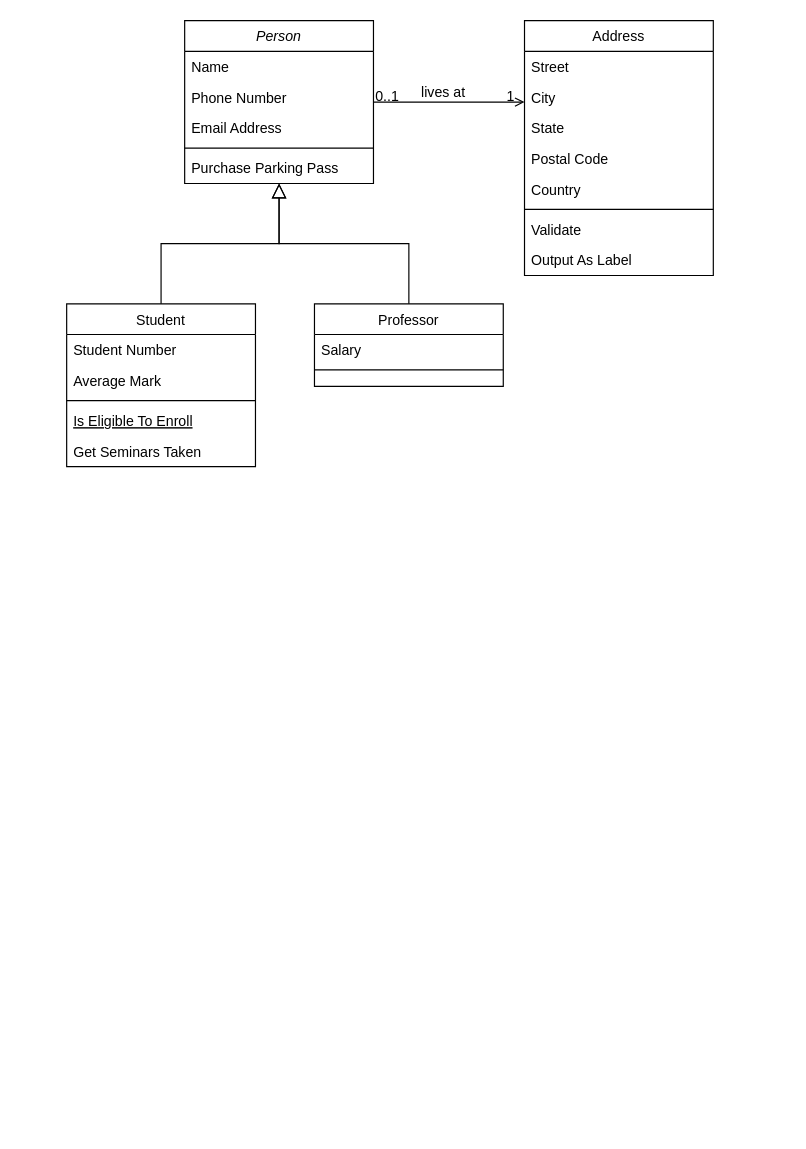
Before: diagramme de classe.drawio in mariannemnrt/ProjetReservationBilletJO, a draw.io diagram. Source tidied: cells renumbered, new cells numbered last; positions are measured from the earlier drawing's top-left corner, leaving out a move shared by most shapes. Both pictures are drawn from the tidied source at 118%, with x=0, y=0 at pixel (66, 20).
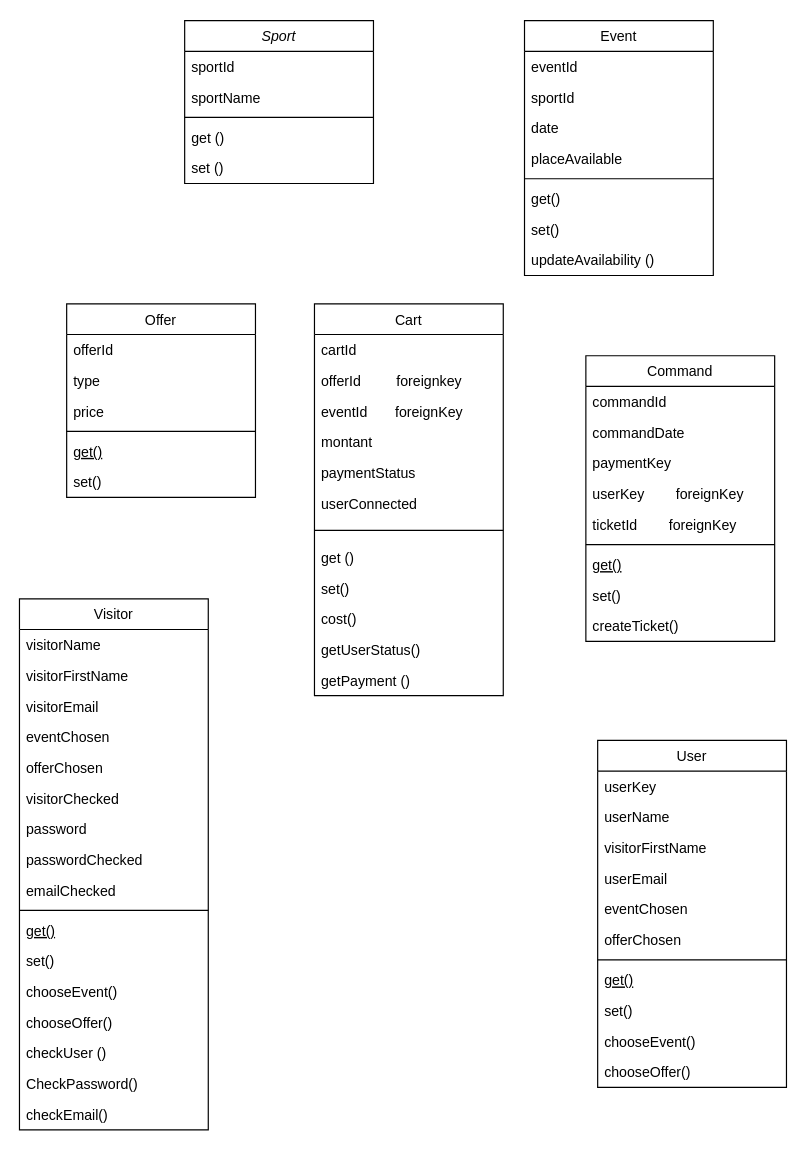
The same page after the edit.

Commit message:
Mettre à jour diagramme de classe.drawio

Diff of the diagram source:
```diff
@@
-    <mxCell id="2" value="Person" style="swimlane;fontStyle=2;align=center;verticalAlign=top;horizontal=1;startSize=26;rounded=0;shadow=0;strokeWidth=1;" parent="1" vertex="1">
+    <mxCell id="2" value="Sport" style="swimlane;fontStyle=2;align=center;verticalAlign=top;horizontal=1;startSize=26;rounded=0;shadow=0;strokeWidth=1;" parent="1" vertex="1">
       <mxGeometry x="100" width="160" height="138" as="geometry" />
     </mxCell>
-    <mxCell id="3" value="Name" style="text;align=left;verticalAlign=top;spacingLeft=4;spacingRight=4;overflow=hidden;" parent="2" vertex="1">
+    <mxCell id="3" value="sportId" style="text;align=left;verticalAlign=top;spacingLeft=4;spacingRight=4;overflow=hidden;" parent="2" vertex="1">
       <mxGeometry y="26" width="160" height="26" as="geometry" />
     </mxCell>
-    <mxCell id="4" value="Phone Number" style="text;align=left;verticalAlign=top;spacingLeft=4;spacingRight=4;overflow=hidden;rounded=0;shadow=0;html=0;" parent="2" vertex="1">
+    <mxCell id="4" value="sportName" style="text;align=left;verticalAlign=top;spacingLeft=4;spacingRight=4;overflow=hidden;rounded=0;shadow=0;html=0;" parent="2" vertex="1">
       <mxGeometry y="52" width="160" height="26" as="geometry" />
     </mxCell>
-    <mxCell id="5" value="Email Address" style="text;align=left;verticalAlign=top;spacingLeft=4;spacingRight=4;overflow=hidden;rounded=0;shadow=0;html=0;" parent="2" vertex="1">
-      <mxGeometry y="78" width="160" height="26" as="geometry" />
-    </mxCell>
     <mxCell id="6" style="line;html=1;strokeWidth=1;align=left;verticalAlign=middle;spacingTop=-1;spacingLeft=3;spacingRight=3;labelPosition=right;" parent="2" vertex="1">
-      <mxGeometry y="104" width="160" height="8" as="geometry" />
+      <mxGeometry y="78" width="160" height="8" as="geometry" />
     </mxCell>
-    <mxCell id="7" value="Purchase Parking Pass" style="text;align=left;verticalAlign=top;spacingLeft=4;spacingRight=4;overflow=hidden;" parent="2" vertex="1">
-      <mxGeometry y="112" width="160" height="26" as="geometry" />
+    <mxCell id="7" value="get ()&#10;" style="text;align=left;verticalAlign=top;spacingLeft=4;spacingRight=4;overflow=hidden;" parent="2" vertex="1">
+      <mxGeometry y="86" width="160" height="26" as="geometry" />
     </mxCell>
+    <mxCell id="32" value="set ()" style="text;align=left;verticalAlign=top;spacingLeft=4;spacingRight=4;overflow=hidden;" parent="2" vertex="1">
+      <mxGeometry y="112" width="160" height="26" as="geometry" />
+    </mxCell>
-    <mxCell id="8" value="Student" style="swimlane;fontStyle=0;align=center;verticalAlign=top;horizontal=1;startSize=26;rounded=0;shadow=0;strokeWidth=1;" parent="1" vertex="1">
-      <mxGeometry y="240" width="160" height="138" as="geometry" />
+    <mxCell id="8" value="Offer" style="swimlane;fontStyle=0;align=center;verticalAlign=top;horizontal=1;startSize=26;rounded=0;shadow=0;strokeWidth=1;" parent="1" vertex="1">
+      <mxGeometry y="240" width="160" height="164" as="geometry" />
     </mxCell>
-    <mxCell id="9" value="Student Number" style="text;align=left;verticalAlign=top;spacingLeft=4;spacingRight=4;overflow=hidden;" parent="8" vertex="1">
+    <mxCell id="9" value="offerId" style="text;align=left;verticalAlign=top;spacingLeft=4;spacingRight=4;overflow=hidden;" parent="8" vertex="1">
       <mxGeometry y="26" width="160" height="26" as="geometry" />
     </mxCell>
-    <mxCell id="10" value="Average Mark" style="text;align=left;verticalAlign=top;spacingLeft=4;spacingRight=4;overflow=hidden;rounded=0;shadow=0;html=0;" parent="8" vertex="1">
+    <mxCell id="10" value="type " style="text;align=left;verticalAlign=top;spacingLeft=4;spacingRight=4;overflow=hidden;rounded=0;shadow=0;html=0;" parent="8" vertex="1">
       <mxGeometry y="52" width="160" height="26" as="geometry" />
     </mxCell>
+    <mxCell id="33" value="price " style="text;align=left;verticalAlign=top;spacingLeft=4;spacingRight=4;overflow=hidden;" parent="8" vertex="1">
+      <mxGeometry y="78" width="160" height="26" as="geometry" />
+    </mxCell>
     <mxCell id="11" style="line;html=1;strokeWidth=1;align=left;verticalAlign=middle;spacingTop=-1;spacingLeft=3;spacingRight=3;labelPosition=right;" parent="8" vertex="1">
-      <mxGeometry y="78" width="160" height="8" as="geometry" />
+      <mxGeometry y="104" width="160" height="8" as="geometry" />
     </mxCell>
-    <mxCell id="12" value="Is Eligible To Enroll" style="text;align=left;verticalAlign=top;spacingLeft=4;spacingRight=4;overflow=hidden;fontStyle=4;" parent="8" vertex="1">
-      <mxGeometry y="86" width="160" height="26" as="geometry" />
+    <mxCell id="12" value="get()" style="text;align=left;verticalAlign=top;spacingLeft=4;spacingRight=4;overflow=hidden;fontStyle=4;" parent="8" vertex="1">
+      <mxGeometry y="112" width="160" height="26" as="geometry" />
     </mxCell>
-    <mxCell id="13" value="Get Seminars Taken" style="text;align=left;verticalAlign=top;spacingLeft=4;spacingRight=4;overflow=hidden;" parent="8" vertex="1">
-      <mxGeometry y="112" width="160" height="26" as="geometry" />
+    <mxCell id="13" value="set()" style="text;align=left;verticalAlign=top;spacingLeft=4;spacingRight=4;overflow=hidden;" parent="8" vertex="1">
+      <mxGeometry y="138" width="160" height="26" as="geometry" />
     </mxCell>
-    <mxCell id="14" style="endArrow=block;endSize=10;endFill=0;shadow=0;strokeWidth=1;rounded=0;curved=0;edgeStyle=elbowEdgeStyle;elbow=vertical;" parent="1" edge="1" source="8" target="2">
-      <mxGeometry relative="1" as="geometry" />
-    </mxCell>
-    <mxCell id="15" value="Professor" style="swimlane;fontStyle=0;align=center;verticalAlign=top;horizontal=1;startSize=26;rounded=0;shadow=0;strokeWidth=1;" parent="1" vertex="1">
-      <mxGeometry x="210" y="240" width="160" height="70" as="geometry" />
+    <mxCell id="15" value="Cart" style="swimlane;fontStyle=0;align=center;verticalAlign=top;horizontal=1;startSize=26;rounded=0;shadow=0;strokeWidth=1;" parent="1" vertex="1">
+      <mxGeometry x="210" y="240" width="160" height="332" as="geometry" />
     </mxCell>
-    <mxCell id="16" value="Salary" style="text;align=left;verticalAlign=top;spacingLeft=4;spacingRight=4;overflow=hidden;" parent="15" vertex="1">
+    <mxCell id="16" value="cartId" style="text;align=left;verticalAlign=top;spacingLeft=4;spacingRight=4;overflow=hidden;" parent="15" vertex="1">
       <mxGeometry y="26" width="160" height="26" as="geometry" />
     </mxCell>
+    <mxCell id="34" value="offerId         foreignkey" style="text;align=left;verticalAlign=top;spacingLeft=4;spacingRight=4;overflow=hidden;" parent="15" vertex="1">
+      <mxGeometry y="52" width="160" height="26" as="geometry" />
+    </mxCell>
+    <mxCell id="35" value="eventId       foreignKey" style="text;align=left;verticalAlign=top;spacingLeft=4;spacingRight=4;overflow=hidden;" parent="15" vertex="1">
+      <mxGeometry y="78" width="160" height="26" as="geometry" />
+    </mxCell>
+    <mxCell id="36" value="montant" style="text;align=left;verticalAlign=top;spacingLeft=4;spacingRight=4;overflow=hidden;" parent="15" vertex="1">
+      <mxGeometry y="104" width="160" height="26" as="geometry" />
+    </mxCell>
+    <mxCell id="37" value="paymentStatus " style="text;align=left;verticalAlign=top;spacingLeft=4;spacingRight=4;overflow=hidden;" parent="15" vertex="1">
+      <mxGeometry y="130" width="160" height="26" as="geometry" />
+    </mxCell>
+    <mxCell id="38" value="userConnected" style="text;align=left;verticalAlign=top;spacingLeft=4;spacingRight=4;overflow=hidden;" parent="15" vertex="1">
+      <mxGeometry y="156" width="160" height="26" as="geometry" />
+    </mxCell>
     <mxCell id="17" style="line;html=1;strokeWidth=1;align=left;verticalAlign=middle;spacingTop=-1;spacingLeft=3;spacingRight=3;labelPosition=right;" parent="15" vertex="1">
-      <mxGeometry y="52" width="160" height="8" as="geometry" />
+      <mxGeometry y="182" width="160" height="20" as="geometry" />
     </mxCell>
-    <mxCell id="18" style="endArrow=block;endSize=10;endFill=0;shadow=0;strokeWidth=1;rounded=0;curved=0;edgeStyle=elbowEdgeStyle;elbow=vertical;" parent="1" edge="1" source="15" target="2">
-      <mxGeometry relative="1" as="geometry" />
-    </mxCell>
+    <mxCell id="39" value="get ()" style="text;align=left;verticalAlign=top;spacingLeft=4;spacingRight=4;overflow=hidden;" parent="15" vertex="1">
+      <mxGeometry y="202" width="160" height="26" as="geometry" />
+    </mxCell>
+    <mxCell id="40" value="set()" style="text;align=left;verticalAlign=top;spacingLeft=4;spacingRight=4;overflow=hidden;" parent="15" vertex="1">
+      <mxGeometry y="228" width="160" height="26" as="geometry" />
+    </mxCell>
+    <mxCell id="41" value="cost()" style="text;align=left;verticalAlign=top;spacingLeft=4;spacingRight=4;overflow=hidden;" parent="15" vertex="1">
+      <mxGeometry y="254" width="160" height="26" as="geometry" />
+    </mxCell>
+    <mxCell id="42" value="getUserStatus()" style="text;align=left;verticalAlign=top;spacingLeft=4;spacingRight=4;overflow=hidden;" parent="15" vertex="1">
+      <mxGeometry y="280" width="160" height="26" as="geometry" />
+    </mxCell>
+    <mxCell id="43" value="getPayment ()" style="text;align=left;verticalAlign=top;spacingLeft=4;spacingRight=4;overflow=hidden;" parent="15" vertex="1">
+      <mxGeometry y="306" width="160" height="26" as="geometry" />
+    </mxCell>
-    <mxCell id="19" value="Address" style="swimlane;fontStyle=0;align=center;verticalAlign=top;horizontal=1;startSize=26;rounded=0;shadow=0;strokeWidth=1;" parent="1" vertex="1">
+    <mxCell id="19" value="Event " style="swimlane;fontStyle=0;align=center;verticalAlign=top;horizontal=1;startSize=26;rounded=0;shadow=0;strokeWidth=1;" parent="1" vertex="1">
       <mxGeometry x="388" width="160" height="216" as="geometry" />
     </mxCell>
-    <mxCell id="20" value="Street" style="text;align=left;verticalAlign=top;spacingLeft=4;spacingRight=4;overflow=hidden;" parent="19" vertex="1">
+    <mxCell id="20" value="eventId" style="text;align=left;verticalAlign=top;spacingLeft=4;spacingRight=4;overflow=hidden;" parent="19" vertex="1">
       <mxGeometry y="26" width="160" height="26" as="geometry" />
     </mxCell>
-    <mxCell id="21" value="City" style="text;align=left;verticalAlign=top;spacingLeft=4;spacingRight=4;overflow=hidden;rounded=0;shadow=0;html=0;" parent="19" vertex="1">
+    <mxCell id="21" value="sportId" style="text;align=left;verticalAlign=top;spacingLeft=4;spacingRight=4;overflow=hidden;rounded=0;shadow=0;html=0;" parent="19" vertex="1">
       <mxGeometry y="52" width="160" height="26" as="geometry" />
     </mxCell>
-    <mxCell id="22" value="State" style="text;align=left;verticalAlign=top;spacingLeft=4;spacingRight=4;overflow=hidden;rounded=0;shadow=0;html=0;" parent="19" vertex="1">
+    <mxCell id="22" value="date" style="text;align=left;verticalAlign=top;spacingLeft=4;spacingRight=4;overflow=hidden;rounded=0;shadow=0;html=0;" parent="19" vertex="1">
       <mxGeometry y="78" width="160" height="26" as="geometry" />
     </mxCell>
-    <mxCell id="23" value="Postal Code" style="text;align=left;verticalAlign=top;spacingLeft=4;spacingRight=4;overflow=hidden;rounded=0;shadow=0;html=0;" parent="19" vertex="1">
+    <mxCell id="23" value="placeAvailable" style="text;align=left;verticalAlign=top;spacingLeft=4;spacingRight=4;overflow=hidden;rounded=0;shadow=0;html=0;" parent="19" vertex="1">
       <mxGeometry y="104" width="160" height="26" as="geometry" />
     </mxCell>
-    <mxCell id="24" value="Country" style="text;align=left;verticalAlign=top;spacingLeft=4;spacingRight=4;overflow=hidden;rounded=0;shadow=0;html=0;" parent="19" vertex="1">
-      <mxGeometry y="130" width="160" height="26" as="geometry" />
-    </mxCell>
     <mxCell id="25" style="line;html=1;strokeWidth=1;align=left;verticalAlign=middle;spacingTop=-1;spacingLeft=3;spacingRight=3;labelPosition=right;" parent="19" vertex="1">
-      <mxGeometry y="156" width="160" height="8" as="geometry" />
+      <mxGeometry y="130" width="160" height="8" as="geometry" />
     </mxCell>
-    <mxCell id="26" value="Validate" style="text;align=left;verticalAlign=top;spacingLeft=4;spacingRight=4;overflow=hidden;" parent="19" vertex="1">
-      <mxGeometry y="164" width="160" height="26" as="geometry" />
+    <mxCell id="26" value="get()" style="text;align=left;verticalAlign=top;spacingLeft=4;spacingRight=4;overflow=hidden;" parent="19" vertex="1">
+      <mxGeometry y="138" width="160" height="26" as="geometry" />
     </mxCell>
-    <mxCell id="27" value="Output As Label" style="text;align=left;verticalAlign=top;spacingLeft=4;spacingRight=4;overflow=hidden;" parent="19" vertex="1">
-      <mxGeometry y="190" width="160" height="26" as="geometry" />
+    <mxCell id="27" value="set()" style="text;align=left;verticalAlign=top;spacingLeft=4;spacingRight=4;overflow=hidden;" parent="19" vertex="1">
+      <mxGeometry y="164" width="160" height="26" as="geometry" />
     </mxCell>
-    <mxCell id="28" style="endArrow=open;shadow=0;strokeWidth=1;rounded=0;curved=0;endFill=1;edgeStyle=elbowEdgeStyle;elbow=vertical;" parent="1" edge="1" source="2" target="19">
-      <mxGeometry x="0.5" y="41" relative="1" as="geometry">
-        <mxPoint x="-40" y="32" as="offset" />
-      </mxGeometry>
-    </mxCell>
-    <mxCell id="29" value="0..1" style="align=left;verticalAlign=bottom;labelBackgroundColor=none;fontSize=12;" parent="28" vertex="1">
-      <mxGeometry x="-1" relative="1" as="geometry">
-        <mxPoint y="4" as="offset" />
-      </mxGeometry>
-    </mxCell>
-    <mxCell id="30" value="1" style="align=right;verticalAlign=bottom;labelBackgroundColor=none;fontSize=12;" parent="28" vertex="1">
-      <mxGeometry x="1" relative="1" as="geometry">
-        <mxPoint x="-7" y="4" as="offset" />
-      </mxGeometry>
-    </mxCell>
-    <mxCell id="31" value="lives at" style="text;html=1;align=center;verticalAlign=middle;labelBackgroundColor=none;rounded=0;shadow=0;strokeWidth=1;fontSize=12;" parent="28" vertex="1">
-      <mxGeometry x="0.5" y="49" relative="1" as="geometry">
-        <mxPoint x="-38" y="40" as="offset" />
-      </mxGeometry>
-    </mxCell>
+    <mxCell id="44" value="updateAvailability ()" style="text;align=left;verticalAlign=top;spacingLeft=4;spacingRight=4;overflow=hidden;" parent="19" vertex="1">
+      <mxGeometry y="190" width="160" height="26" as="geometry" />
+    </mxCell>
+    <mxCell id="45" value="Command" style="swimlane;fontStyle=0;align=center;verticalAlign=top;horizontal=1;startSize=26;rounded=0;shadow=0;strokeWidth=1;" parent="1" vertex="1">
+      <mxGeometry x="440" y="284" width="160" height="242" as="geometry" />
+    </mxCell>
+    <mxCell id="46" value="commandId" style="text;align=left;verticalAlign=top;spacingLeft=4;spacingRight=4;overflow=hidden;" parent="45" vertex="1">
+      <mxGeometry y="26" width="160" height="26" as="geometry" />
+    </mxCell>
+    <mxCell id="47" value="commandDate" style="text;align=left;verticalAlign=top;spacingLeft=4;spacingRight=4;overflow=hidden;rounded=0;shadow=0;html=0;" parent="45" vertex="1">
+      <mxGeometry y="52" width="160" height="26" as="geometry" />
+    </mxCell>
+    <mxCell id="48" value="paymentKey" style="text;align=left;verticalAlign=top;spacingLeft=4;spacingRight=4;overflow=hidden;" parent="45" vertex="1">
+      <mxGeometry y="78" width="160" height="26" as="geometry" />
+    </mxCell>
+    <mxCell id="49" value="userKey        foreignKey" style="text;align=left;verticalAlign=top;spacingLeft=4;spacingRight=4;overflow=hidden;" parent="45" vertex="1">
+      <mxGeometry y="104" width="160" height="26" as="geometry" />
+    </mxCell>
+    <mxCell id="50" value="ticketId        foreignKey" style="text;align=left;verticalAlign=top;spacingLeft=4;spacingRight=4;overflow=hidden;" parent="45" vertex="1">
+      <mxGeometry y="130" width="160" height="26" as="geometry" />
+    </mxCell>
+    <mxCell id="51" style="line;html=1;strokeWidth=1;align=left;verticalAlign=middle;spacingTop=-1;spacingLeft=3;spacingRight=3;labelPosition=right;" parent="45" vertex="1">
+      <mxGeometry y="156" width="160" height="8" as="geometry" />
+    </mxCell>
+    <mxCell id="52" value="get()" style="text;align=left;verticalAlign=top;spacingLeft=4;spacingRight=4;overflow=hidden;fontStyle=4;" parent="45" vertex="1">
+      <mxGeometry y="164" width="160" height="26" as="geometry" />
+    </mxCell>
+    <mxCell id="53" value="set()" style="text;align=left;verticalAlign=top;spacingLeft=4;spacingRight=4;overflow=hidden;" parent="45" vertex="1">
+      <mxGeometry y="190" width="160" height="26" as="geometry" />
+    </mxCell>
+    <mxCell id="54" value="createTicket()" style="text;align=left;verticalAlign=top;spacingLeft=4;spacingRight=4;overflow=hidden;" parent="45" vertex="1">
+      <mxGeometry y="216" width="160" height="26" as="geometry" />
+    </mxCell>
+    <mxCell id="55" value="Visitor " style="swimlane;fontStyle=0;align=center;verticalAlign=top;horizontal=1;startSize=26;rounded=0;shadow=0;strokeWidth=1;" parent="1" vertex="1">
+      <mxGeometry x="-40" y="490" width="160" height="450" as="geometry" />
+    </mxCell>
+    <mxCell id="56" value="visitorName" style="text;align=left;verticalAlign=top;spacingLeft=4;spacingRight=4;overflow=hidden;" parent="55" vertex="1">
+      <mxGeometry y="26" width="160" height="26" as="geometry" />
+    </mxCell>
+    <mxCell id="57" value="visitorFirstName" style="text;align=left;verticalAlign=top;spacingLeft=4;spacingRight=4;overflow=hidden;rounded=0;shadow=0;html=0;" parent="55" vertex="1">
+      <mxGeometry y="52" width="160" height="26" as="geometry" />
+    </mxCell>
+    <mxCell id="58" value="visitorEmail" style="text;align=left;verticalAlign=top;spacingLeft=4;spacingRight=4;overflow=hidden;" parent="55" vertex="1">
+      <mxGeometry y="78" width="160" height="26" as="geometry" />
+    </mxCell>
+    <mxCell id="59" value="eventChosen" style="text;align=left;verticalAlign=top;spacingLeft=4;spacingRight=4;overflow=hidden;" parent="55" vertex="1">
+      <mxGeometry y="104" width="160" height="26" as="geometry" />
+    </mxCell>
+    <mxCell id="60" value="offerChosen" style="text;align=left;verticalAlign=top;spacingLeft=4;spacingRight=4;overflow=hidden;" parent="55" vertex="1">
+      <mxGeometry y="130" width="160" height="26" as="geometry" />
+    </mxCell>
+    <mxCell id="61" value="visitorChecked" style="text;align=left;verticalAlign=top;spacingLeft=4;spacingRight=4;overflow=hidden;" parent="55" vertex="1">
+      <mxGeometry y="156" width="160" height="26" as="geometry" />
+    </mxCell>
+    <mxCell id="62" value="password" style="text;align=left;verticalAlign=top;spacingLeft=4;spacingRight=4;overflow=hidden;" parent="55" vertex="1">
+      <mxGeometry y="182" width="160" height="26" as="geometry" />
+    </mxCell>
+    <mxCell id="63" value="passwordChecked" style="text;align=left;verticalAlign=top;spacingLeft=4;spacingRight=4;overflow=hidden;" parent="55" vertex="1">
+      <mxGeometry y="208" width="160" height="26" as="geometry" />
+    </mxCell>
+    <mxCell id="64" value="emailChecked" style="text;align=left;verticalAlign=top;spacingLeft=4;spacingRight=4;overflow=hidden;" parent="55" vertex="1">
+      <mxGeometry y="234" width="160" height="26" as="geometry" />
+    </mxCell>
+    <mxCell id="65" style="line;html=1;strokeWidth=1;align=left;verticalAlign=middle;spacingTop=-1;spacingLeft=3;spacingRight=3;labelPosition=right;" parent="55" vertex="1">
+      <mxGeometry y="260" width="160" height="8" as="geometry" />
+    </mxCell>
+    <mxCell id="66" value="get()" style="text;align=left;verticalAlign=top;spacingLeft=4;spacingRight=4;overflow=hidden;fontStyle=4;" parent="55" vertex="1">
+      <mxGeometry y="268" width="160" height="26" as="geometry" />
+    </mxCell>
+    <mxCell id="67" value="set()" style="text;align=left;verticalAlign=top;spacingLeft=4;spacingRight=4;overflow=hidden;" parent="55" vertex="1">
+      <mxGeometry y="294" width="160" height="26" as="geometry" />
+    </mxCell>
+    <mxCell id="68" value="chooseEvent()" style="text;align=left;verticalAlign=top;spacingLeft=4;spacingRight=4;overflow=hidden;" parent="55" vertex="1">
+      <mxGeometry y="320" width="160" height="26" as="geometry" />
+    </mxCell>
+    <mxCell id="69" value="chooseOffer()" style="text;align=left;verticalAlign=top;spacingLeft=4;spacingRight=4;overflow=hidden;" parent="55" vertex="1">
+      <mxGeometry y="346" width="160" height="26" as="geometry" />
+    </mxCell>
+    <mxCell id="70" value="checkUser ()" style="text;align=left;verticalAlign=top;spacingLeft=4;spacingRight=4;overflow=hidden;" parent="55" vertex="1">
+      <mxGeometry y="372" width="160" height="26" as="geometry" />
+    </mxCell>
+    <mxCell id="71" value="CheckPassword()" style="text;align=left;verticalAlign=top;spacingLeft=4;spacingRight=4;overflow=hidden;" parent="55" vertex="1">
+      <mxGeometry y="398" width="160" height="26" as="geometry" />
+    </mxCell>
+    <mxCell id="72" value="checkEmail()" style="text;align=left;verticalAlign=top;spacingLeft=4;spacingRight=4;overflow=hidden;" parent="55" vertex="1">
+      <mxGeometry y="424" width="160" height="26" as="geometry" />
+    </mxCell>
+    <mxCell id="73" value="User" style="swimlane;fontStyle=0;align=center;verticalAlign=top;horizontal=1;startSize=26;rounded=0;shadow=0;strokeWidth=1;" parent="1" vertex="1">
+      <mxGeometry x="450" y="610" width="160" height="294" as="geometry" />
+    </mxCell>
+    <mxCell id="74" value="userKey" style="text;align=left;verticalAlign=top;spacingLeft=4;spacingRight=4;overflow=hidden;" parent="73" vertex="1">
+      <mxGeometry y="26" width="160" height="26" as="geometry" />
+    </mxCell>
+    <mxCell id="75" value="userName" style="text;align=left;verticalAlign=top;spacingLeft=4;spacingRight=4;overflow=hidden;" parent="73" vertex="1">
+      <mxGeometry y="52" width="160" height="26" as="geometry" />
+    </mxCell>
+    <mxCell id="76" value="visitorFirstName" style="text;align=left;verticalAlign=top;spacingLeft=4;spacingRight=4;overflow=hidden;rounded=0;shadow=0;html=0;" parent="73" vertex="1">
+      <mxGeometry y="78" width="160" height="26" as="geometry" />
+    </mxCell>
+    <mxCell id="77" value="userEmail" style="text;align=left;verticalAlign=top;spacingLeft=4;spacingRight=4;overflow=hidden;" parent="73" vertex="1">
+      <mxGeometry y="104" width="160" height="26" as="geometry" />
+    </mxCell>
+    <mxCell id="78" value="eventChosen" style="text;align=left;verticalAlign=top;spacingLeft=4;spacingRight=4;overflow=hidden;" parent="73" vertex="1">
+      <mxGeometry y="130" width="160" height="26" as="geometry" />
+    </mxCell>
+    <mxCell id="79" value="offerChosen" style="text;align=left;verticalAlign=top;spacingLeft=4;spacingRight=4;overflow=hidden;" parent="73" vertex="1">
+      <mxGeometry y="156" width="160" height="26" as="geometry" />
+    </mxCell>
+    <mxCell id="80" style="line;html=1;strokeWidth=1;align=left;verticalAlign=middle;spacingTop=-1;spacingLeft=3;spacingRight=3;labelPosition=right;" parent="73" vertex="1">
+      <mxGeometry y="182" width="160" height="8" as="geometry" />
+    </mxCell>
+    <mxCell id="81" value="get()" style="text;align=left;verticalAlign=top;spacingLeft=4;spacingRight=4;overflow=hidden;fontStyle=4;" parent="73" vertex="1">
+      <mxGeometry y="190" width="160" height="26" as="geometry" />
+    </mxCell>
+    <mxCell id="82" value="set()" style="text;align=left;verticalAlign=top;spacingLeft=4;spacingRight=4;overflow=hidden;" parent="73" vertex="1">
+      <mxGeometry y="216" width="160" height="26" as="geometry" />
+    </mxCell>
+    <mxCell id="83" value="chooseEvent()" style="text;align=left;verticalAlign=top;spacingLeft=4;spacingRight=4;overflow=hidden;" parent="73" vertex="1">
+      <mxGeometry y="242" width="160" height="26" as="geometry" />
+    </mxCell>
+    <mxCell id="84" value="chooseOffer()" style="text;align=left;verticalAlign=top;spacingLeft=4;spacingRight=4;overflow=hidden;" parent="73" vertex="1">
+      <mxGeometry y="268" width="160" height="26" as="geometry" />
+    </mxCell>
```
